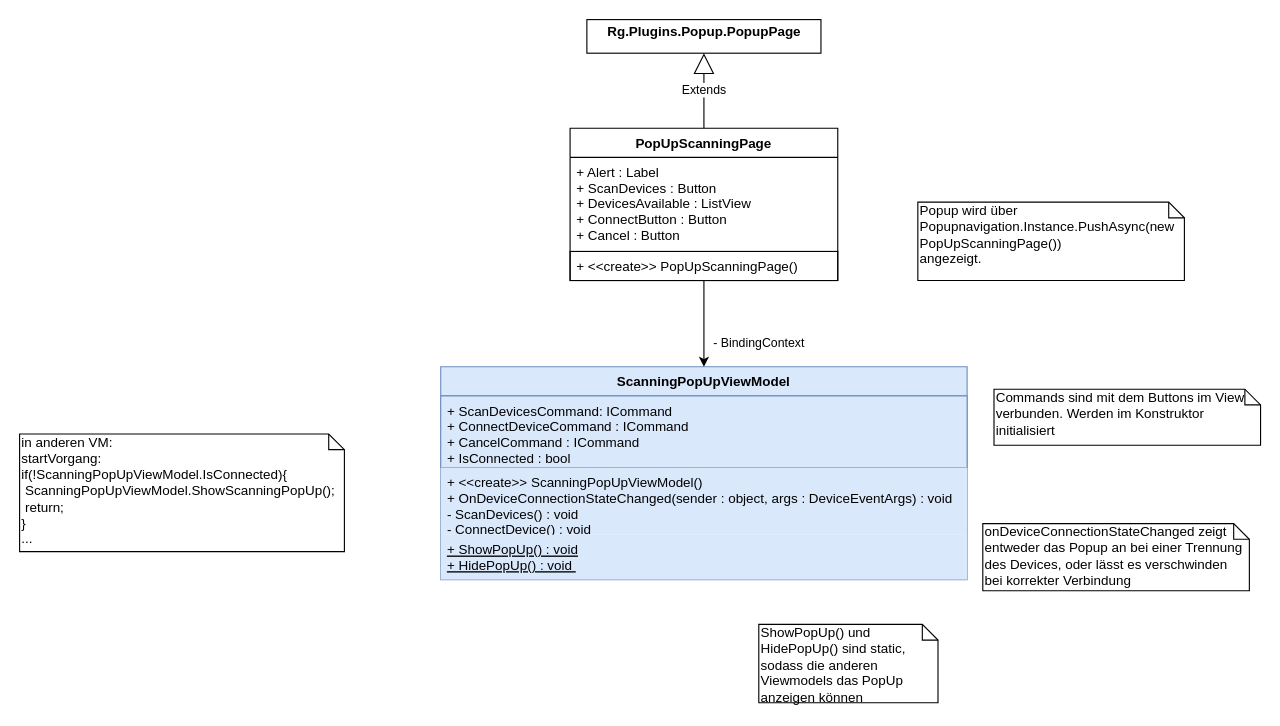
vlle1/dokumente-earablesKIT keeps this draw.io diagram as Entwurf/PopUpScanningDevices.drawio. Above is the earlier version. Source tidied: cells renumbered, new cells numbered last; positions are measured from the earlier drawing's top-left corner, leaving out a move shared by most shapes. Both pictures are drawn from the tidied source at 112%, with x=0, y=0 at pixel (19, 19).
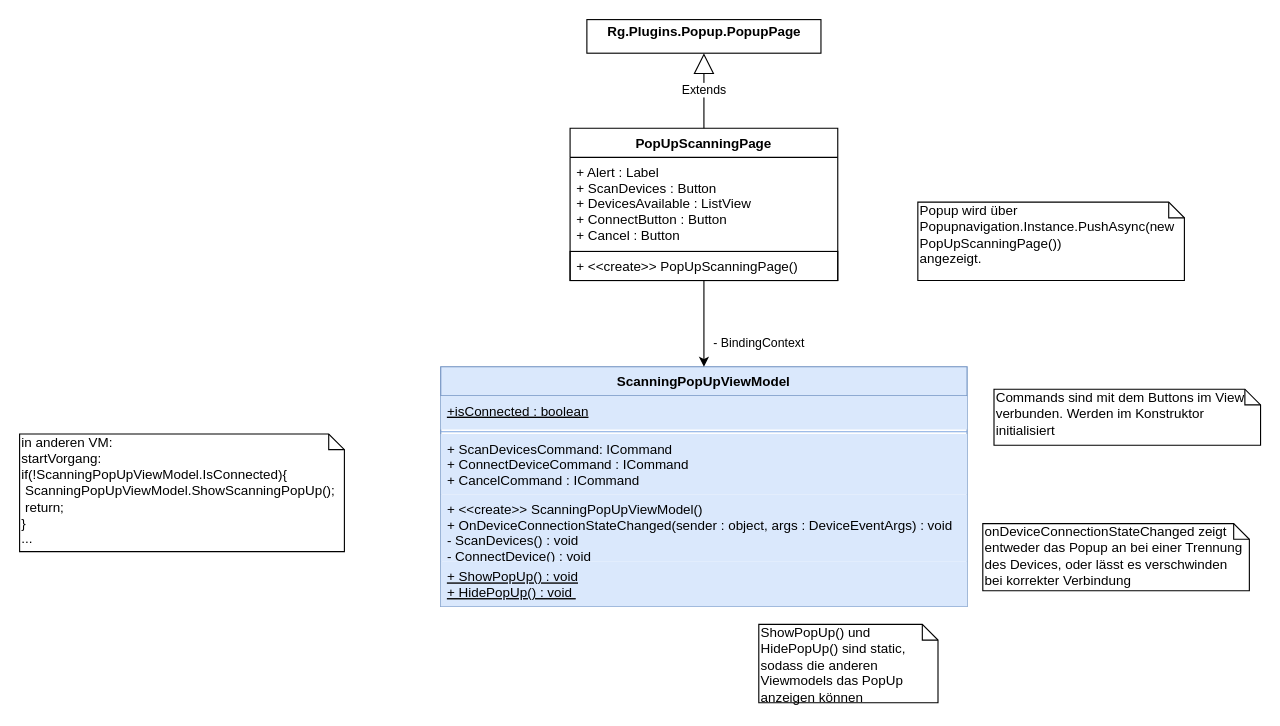
The same page after the edit.

Commit message:
PopUpScanning isConnected jetzt auch static

Change to the diagram source:
```diff
@@
 <mxGraphModel>
   <root>
     <mxCell id="0" />
     <mxCell id="1" parent="0" />
     <mxCell id="2" value="ScanningPopUpViewModel" style="swimlane;fontStyle=1;align=center;verticalAlign=top;horizontal=1;startSize=26;fillColor=#dae8fc;strokeColor=#6c8ebf;" parent="1" vertex="1">
-      <mxGeometry x="376" y="310" width="470" height="190" as="geometry" />
+      <mxGeometry x="376" y="310" width="470" height="214" as="geometry" />
     </mxCell>
+    <mxCell id="18" value="+isConnected : boolean" style="text;strokeColor=none;fillColor=#dae8fc;align=left;verticalAlign=top;spacingLeft=4;spacingRight=4;overflow=hidden;fontStyle=4;" parent="2" vertex="1">
+      <mxGeometry y="26" width="470" height="30" as="geometry" />
+    </mxCell>
+    <mxCell id="19" style="line;strokeWidth=1;fillColor=none;align=left;verticalAlign=middle;spacingTop=-1;spacingLeft=3;spacingRight=3;labelPosition=right;strokeColor=#7EA6E0;" parent="2" vertex="1">
+      <mxGeometry y="56" width="470" height="4" as="geometry" />
+    </mxCell>
-    <mxCell id="3" value="+ ScanDevicesCommand: ICommand&#10;+ ConnectDeviceCommand : ICommand&#10;+ CancelCommand : ICommand&#10;+ IsConnected : bool" style="text;strokeColor=#6c8ebf;fillColor=#dae8fc;align=left;verticalAlign=top;spacingLeft=4;spacingRight=4;overflow=hidden;" parent="2" vertex="1">
-      <mxGeometry y="26" width="470" height="64" as="geometry" />
+    <mxCell id="3" value="+ ScanDevicesCommand: ICommand&#10;+ ConnectDeviceCommand : ICommand&#10;+ CancelCommand : ICommand" style="text;strokeColor=none;fillColor=#dae8fc;align=left;verticalAlign=top;spacingLeft=4;spacingRight=4;overflow=hidden;" parent="2" vertex="1">
+      <mxGeometry y="60" width="470" height="54" as="geometry" />
     </mxCell>
     <mxCell id="4" style="line;strokeWidth=1;fillColor=#dae8fc;align=left;verticalAlign=middle;spacingTop=-1;spacingLeft=3;spacingRight=3;labelPosition=right;strokeColor=#6c8ebf;" parent="2" vertex="1">
-      <mxGeometry y="90" width="470" as="geometry" />
+      <mxGeometry y="114" width="470" as="geometry" />
     </mxCell>
     <mxCell id="5" value="+ &lt;&lt;create&gt;&gt; ScanningPopUpViewModel()&#10;+ OnDeviceConnectionStateChanged(sender : object, args : DeviceEventArgs) : void&#10;- ScanDevices() : void&#10;- ConnectDevice() : void" style="text;align=left;verticalAlign=top;spacingLeft=4;spacingRight=4;overflow=hidden;fillColor=#dae8fc;strokeColor=none;fontStyle=0;" parent="2" vertex="1">
-      <mxGeometry y="90" width="470" height="60" as="geometry" />
+      <mxGeometry y="114" width="470" height="60" as="geometry" />
     </mxCell>
     <mxCell id="6" value="+ ShowPopUp() : void&#10;+ HidePopUp() : void &#10;" style="text;align=left;verticalAlign=top;spacingLeft=4;spacingRight=4;overflow=hidden;fillColor=#dae8fc;strokeColor=none;fontStyle=4;" parent="2" vertex="1">
-      <mxGeometry y="150" width="470" height="40" as="geometry" />
+      <mxGeometry y="174" width="470" height="40" as="geometry" />
     </mxCell>
     <mxCell id="7" value="- BindingContext" style="endArrow=classic;html=1;entryX=0.5;entryY=0;entryDx=0;entryDy=0;exitX=0.5;exitY=1;exitDx=0;exitDy=0;" parent="1" edge="1" source="8" target="2">
       <mxGeometry x="0.46" y="49" relative="1" as="geometry" />
     </mxCell>
     <mxCell id="8" value="PopUpScanningPage" style="swimlane;fontStyle=1;horizontal=1;startSize=26;fillColor=none;" parent="1" vertex="1">
       <mxGeometry x="491.5" y="97" width="239" height="136" as="geometry" />
     </mxCell>
     <mxCell id="9" value="+ Alert : Label&#10;+ ScanDevices : Button&#10;+ DevicesAvailable : ListView&#10;+ ConnectButton : Button&#10;+ Cancel : Button" style="text;strokeColor=none;fillColor=none;align=left;verticalAlign=top;spacingLeft=4;spacingRight=4;overflow=hidden;" parent="8" vertex="1">
       <mxGeometry y="26" width="239" height="84" as="geometry" />
     </mxCell>
     <mxCell id="10" value="+ &lt;&lt;create&gt;&gt; PopUpScanningPage()" style="text;strokeColor=#000000;fillColor=none;align=left;verticalAlign=top;spacingLeft=4;spacingRight=4;overflow=hidden;" parent="8" vertex="1">
       <mxGeometry y="110" width="239" height="26" as="geometry" />
     </mxCell>
     <mxCell id="11" value="Extends" style="endArrow=block;endSize=16;endFill=0;html=1;exitX=0.5;exitY=0;exitDx=0;exitDy=0;entryX=0.5;entryY=1;entryDx=0;entryDy=0;" parent="1" edge="1" source="8" target="12">
       <mxGeometry relative="1" as="geometry" />
     </mxCell>
     <mxCell id="12" value="&lt;p style=&quot;margin: 0px ; margin-top: 4px ; text-align: center&quot;&gt;&lt;b&gt;Rg.Plugins.Popup.PopupPage&lt;/b&gt;&lt;/p&gt;" style="verticalAlign=top;align=left;overflow=fill;fontSize=12;fontFamily=Helvetica;html=1;" parent="1" vertex="1">
       <mxGeometry x="506.5" width="209" height="30" as="geometry" />
     </mxCell>
     <mxCell id="13" value="Popup wird über Popupnavigation.Instance.PushAsync(new PopUpScanningPage())&lt;br&gt;angezeigt.&lt;br&gt;" style="shape=note;whiteSpace=wrap;html=1;size=14;verticalAlign=top;align=left;spacingTop=-6;" parent="1" vertex="1">
       <mxGeometry x="802" y="163" width="238" height="70" as="geometry" />
     </mxCell>
     <mxCell id="14" value="Commands sind mit dem Buttons im View verbunden. Werden im Konstruktor initialisiert" style="shape=note;whiteSpace=wrap;html=1;size=14;verticalAlign=top;align=left;spacingTop=-6;" parent="1" vertex="1">
       <mxGeometry x="870" y="330" width="238" height="50" as="geometry" />
     </mxCell>
     <mxCell id="15" value="onDeviceConnectionStateChanged zeigt entweder das Popup an bei einer Trennung des Devices, oder lässt es verschwinden bei korrekter Verbindung" style="shape=note;whiteSpace=wrap;html=1;size=14;verticalAlign=top;align=left;spacingTop=-6;" parent="1" vertex="1">
       <mxGeometry x="860" y="450" width="238" height="60" as="geometry" />
     </mxCell>
     <mxCell id="16" value="in anderen VM:&lt;br&gt;startVorgang:&lt;br&gt;if(!ScanningPopUpViewModel.IsConnected){&lt;br&gt;&amp;nbsp;ScanningPopUpViewModel.ShowScanningPopUp();&lt;br&gt;&amp;nbsp;return;&lt;br&gt;}&lt;br&gt;..." style="shape=note;whiteSpace=wrap;html=1;size=14;verticalAlign=top;align=left;spacingTop=-6;" parent="1" vertex="1">
       <mxGeometry y="370" width="290" height="105" as="geometry" />
     </mxCell>
     <mxCell id="17" value="ShowPopUp() und HidePopUp() sind static, sodass die anderen Viewmodels das PopUp anzeigen können" style="shape=note;whiteSpace=wrap;html=1;size=14;verticalAlign=top;align=left;spacingTop=-6;strokeColor=#000000;" parent="1" vertex="1">
       <mxGeometry x="660" y="540" width="160" height="70" as="geometry" />
     </mxCell>
   </root>
 </mxGraphModel>
```
